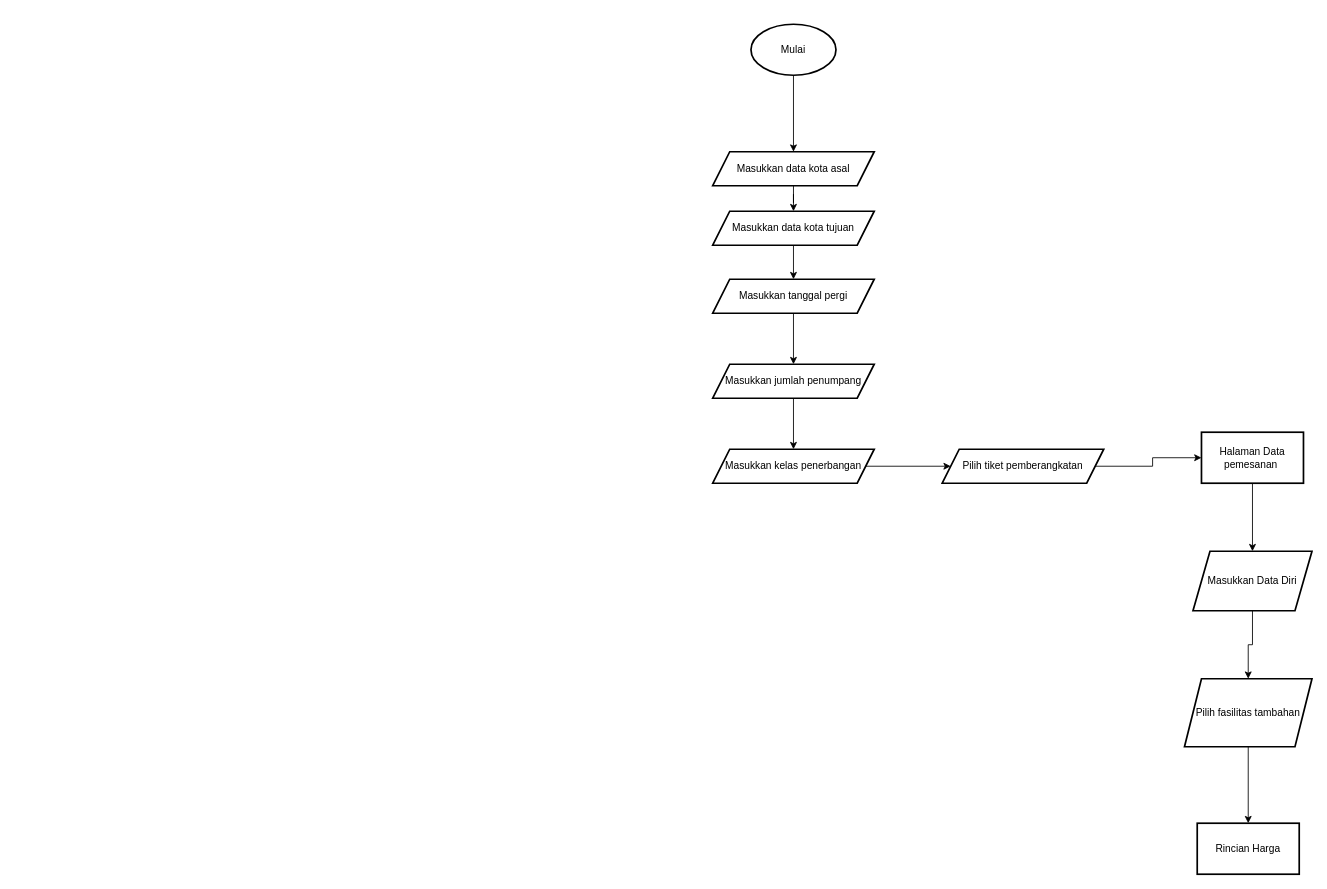
The draw.io diagram Untitled Diagram.drawio in FikriHNF/FlowChart, before the edit. Source tidied: cells renumbered, new cells numbered last; positions are measured from the earlier drawing's top-left corner, leaving out a move shared by most shapes. Both pictures are drawn from the tidied source at 85%, with x=0, y=0 at pixel (712, 24).
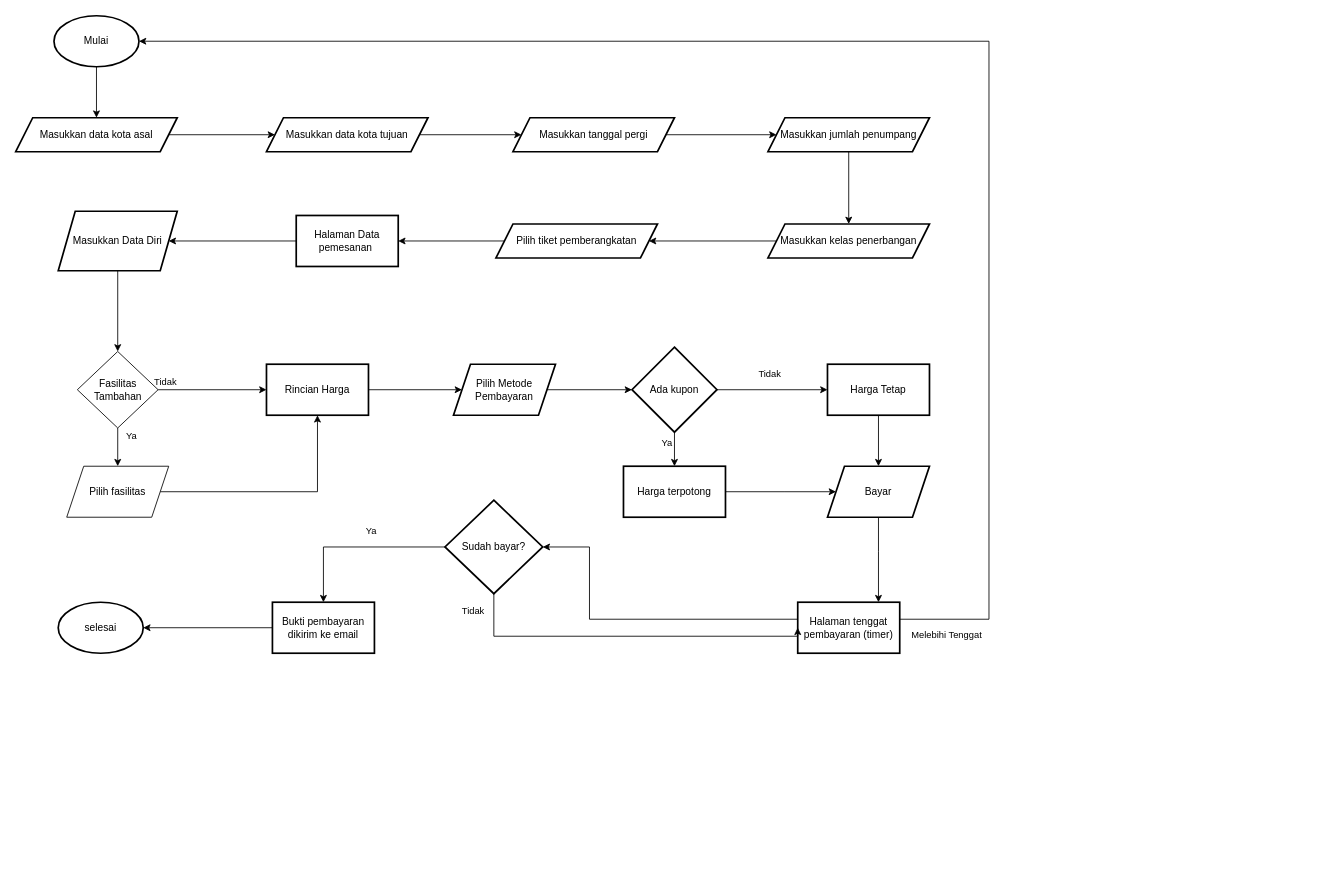
The same diagram, later.

Diff of the diagram source:
```diff
@@
-    <mxCell id="2" style="edgeStyle=orthogonalEdgeStyle;rounded=0;jettySize=auto;html=1;" parent="1" edge="1" source="3" target="5">
+    <mxCell id="2" style="edgeStyle=orthogonalEdgeStyle;rounded=0;jettySize=auto;html=1;labelBackgroundColor=none;fontColor=default;" parent="1" edge="1" source="3" target="5">
       <mxGeometry relative="1" as="geometry" />
     </mxCell>
-    <mxCell id="3" value="Mulai" style="strokeWidth=2;html=1;shape=mxgraph.flowchart.start_1;whiteSpace=wrap;" parent="1" vertex="1">
-      <mxGeometry x="45" width="100" height="60" as="geometry" />
+    <mxCell id="3" value="Mulai" style="strokeWidth=2;html=1;shape=mxgraph.flowchart.start_1;whiteSpace=wrap;labelBackgroundColor=none;rounded=0;" parent="1" vertex="1">
+      <mxGeometry x="-775" y="-10" width="100" height="60" as="geometry" />
     </mxCell>
-    <mxCell id="4" style="edgeStyle=orthogonalEdgeStyle;rounded=0;jettySize=auto;html=1;" parent="1" edge="1" source="5" target="7">
+    <mxCell id="4" style="edgeStyle=orthogonalEdgeStyle;rounded=0;jettySize=auto;html=1;labelBackgroundColor=none;fontColor=default;" parent="1" edge="1" source="5" target="7">
       <mxGeometry relative="1" as="geometry" />
     </mxCell>
-    <mxCell id="5" value="Masukkan data kota asal" style="shape=parallelogram;perimeter=parallelogramPerimeter;whiteSpace=wrap;html=1;fixedSize=1;strokeWidth=2;" parent="1" vertex="1">
-      <mxGeometry y="150" width="190" height="40" as="geometry" />
+    <mxCell id="5" value="Masukkan data kota asal" style="shape=parallelogram;perimeter=parallelogramPerimeter;whiteSpace=wrap;html=1;fixedSize=1;strokeWidth=2;labelBackgroundColor=none;rounded=0;" parent="1" vertex="1">
+      <mxGeometry x="-820" y="110" width="190" height="40" as="geometry" />
     </mxCell>
-    <mxCell id="6" style="edgeStyle=orthogonalEdgeStyle;rounded=0;jettySize=auto;html=1;" parent="1" edge="1" source="7" target="9">
+    <mxCell id="6" style="edgeStyle=orthogonalEdgeStyle;rounded=0;jettySize=auto;html=1;labelBackgroundColor=none;fontColor=default;" parent="1" edge="1" source="7" target="9">
       <mxGeometry relative="1" as="geometry" />
     </mxCell>
-    <mxCell id="7" value="Masukkan data kota tujuan" style="shape=parallelogram;perimeter=parallelogramPerimeter;whiteSpace=wrap;html=1;fixedSize=1;strokeWidth=2;" parent="1" vertex="1">
-      <mxGeometry y="220" width="190" height="40" as="geometry" />
+    <mxCell id="7" value="Masukkan data kota tujuan" style="shape=parallelogram;perimeter=parallelogramPerimeter;whiteSpace=wrap;html=1;fixedSize=1;strokeWidth=2;labelBackgroundColor=none;rounded=0;" parent="1" vertex="1">
+      <mxGeometry x="-525" y="110" width="190" height="40" as="geometry" />
     </mxCell>
-    <mxCell id="8" style="edgeStyle=orthogonalEdgeStyle;rounded=0;jettySize=auto;html=1;" parent="1" edge="1" source="9" target="11">
+    <mxCell id="8" style="edgeStyle=orthogonalEdgeStyle;rounded=0;jettySize=auto;html=1;labelBackgroundColor=none;fontColor=default;" parent="1" edge="1" source="9" target="11">
       <mxGeometry relative="1" as="geometry" />
     </mxCell>
-    <mxCell id="9" value="Masukkan tanggal pergi" style="shape=parallelogram;perimeter=parallelogramPerimeter;whiteSpace=wrap;html=1;fixedSize=1;strokeWidth=2;" parent="1" vertex="1">
-      <mxGeometry y="300" width="190" height="40" as="geometry" />
+    <mxCell id="9" value="Masukkan tanggal pergi" style="shape=parallelogram;perimeter=parallelogramPerimeter;whiteSpace=wrap;html=1;fixedSize=1;strokeWidth=2;labelBackgroundColor=none;rounded=0;" parent="1" vertex="1">
+      <mxGeometry x="-235" y="110" width="190" height="40" as="geometry" />
     </mxCell>
-    <mxCell id="10" style="edgeStyle=orthogonalEdgeStyle;rounded=0;jettySize=auto;html=1;" parent="1" edge="1" source="11" target="13">
+    <mxCell id="10" style="edgeStyle=orthogonalEdgeStyle;rounded=0;jettySize=auto;html=1;labelBackgroundColor=none;fontColor=default;" parent="1" edge="1" source="11" target="13">
       <mxGeometry relative="1" as="geometry" />
     </mxCell>
-    <mxCell id="11" value="Masukkan jumlah penumpang" style="shape=parallelogram;perimeter=parallelogramPerimeter;whiteSpace=wrap;html=1;fixedSize=1;strokeWidth=2;" parent="1" vertex="1">
-      <mxGeometry y="400" width="190" height="40" as="geometry" />
+    <mxCell id="11" value="Masukkan jumlah penumpang" style="shape=parallelogram;perimeter=parallelogramPerimeter;whiteSpace=wrap;html=1;fixedSize=1;strokeWidth=2;labelBackgroundColor=none;rounded=0;" parent="1" vertex="1">
+      <mxGeometry x="65" y="110" width="190" height="40" as="geometry" />
     </mxCell>
-    <mxCell id="12" style="edgeStyle=orthogonalEdgeStyle;rounded=0;jettySize=auto;html=1;" parent="1" edge="1" source="13" target="15">
+    <mxCell id="12" style="edgeStyle=orthogonalEdgeStyle;rounded=0;jettySize=auto;html=1;labelBackgroundColor=none;fontColor=default;" parent="1" edge="1" source="13" target="15">
       <mxGeometry relative="1" as="geometry" />
     </mxCell>
-    <mxCell id="13" value="Masukkan kelas penerbangan" style="shape=parallelogram;perimeter=parallelogramPerimeter;whiteSpace=wrap;html=1;fixedSize=1;strokeWidth=2;" parent="1" vertex="1">
-      <mxGeometry y="500" width="190" height="40" as="geometry" />
+    <mxCell id="13" value="Masukkan kelas penerbangan" style="shape=parallelogram;perimeter=parallelogramPerimeter;whiteSpace=wrap;html=1;fixedSize=1;strokeWidth=2;labelBackgroundColor=none;rounded=0;" parent="1" vertex="1">
+      <mxGeometry x="65" y="235" width="190" height="40" as="geometry" />
     </mxCell>
-    <mxCell id="14" style="edgeStyle=orthogonalEdgeStyle;rounded=0;jettySize=auto;html=1;" parent="1" edge="1" source="15" target="17">
+    <mxCell id="14" style="edgeStyle=orthogonalEdgeStyle;rounded=0;jettySize=auto;html=1;labelBackgroundColor=none;fontColor=default;" parent="1" edge="1" source="15" target="17">
       <mxGeometry relative="1" as="geometry" />
     </mxCell>
-    <mxCell id="15" value="Pilih tiket pemberangkatan" style="shape=parallelogram;perimeter=parallelogramPerimeter;whiteSpace=wrap;html=1;fixedSize=1;strokeWidth=2;" parent="1" vertex="1">
-      <mxGeometry x="270" y="500" width="190" height="40" as="geometry" />
+    <mxCell id="15" value="Pilih tiket pemberangkatan" style="shape=parallelogram;perimeter=parallelogramPerimeter;whiteSpace=wrap;html=1;fixedSize=1;strokeWidth=2;labelBackgroundColor=none;rounded=0;" parent="1" vertex="1">
+      <mxGeometry x="-255" y="235" width="190" height="40" as="geometry" />
     </mxCell>
-    <mxCell id="16" style="edgeStyle=orthogonalEdgeStyle;rounded=0;jettySize=auto;html=1;" parent="1" edge="1" source="17" target="19">
+    <mxCell id="16" style="edgeStyle=orthogonalEdgeStyle;rounded=0;jettySize=auto;html=1;labelBackgroundColor=none;fontColor=default;" parent="1" edge="1" source="17" target="19">
       <mxGeometry relative="1" as="geometry" />
     </mxCell>
-    <mxCell id="17" value="Halaman Data pemesanan&amp;nbsp;" style="whiteSpace=wrap;html=1;strokeWidth=2;" parent="1" vertex="1">
-      <mxGeometry x="575" y="480" width="120" height="60" as="geometry" />
+    <mxCell id="17" value="Halaman Data pemesanan&amp;nbsp;" style="whiteSpace=wrap;html=1;strokeWidth=2;labelBackgroundColor=none;rounded=0;" parent="1" vertex="1">
+      <mxGeometry x="-490" y="225" width="120" height="60" as="geometry" />
     </mxCell>
-    <mxCell id="18" style="edgeStyle=orthogonalEdgeStyle;rounded=0;jettySize=auto;html=1;" parent="1" edge="1" source="19" target="21">
-      <mxGeometry relative="1" as="geometry" />
-    </mxCell>
+    <mxCell id="23" style="edgeStyle=orthogonalEdgeStyle;rounded=0;jettySize=auto;html=1;labelBackgroundColor=none;fontColor=default;" parent="1" edge="1" source="19" target="54">
+      <mxGeometry relative="1" as="geometry" />
+    </mxCell>
-    <mxCell id="19" value="Masukkan Data Diri" style="shape=parallelogram;perimeter=parallelogramPerimeter;whiteSpace=wrap;html=1;fixedSize=1;strokeWidth=2;" parent="1" vertex="1">
-      <mxGeometry x="565" y="620" width="140" height="70" as="geometry" />
+    <mxCell id="19" value="Masukkan Data Diri" style="shape=parallelogram;perimeter=parallelogramPerimeter;whiteSpace=wrap;html=1;fixedSize=1;strokeWidth=2;labelBackgroundColor=none;rounded=0;" parent="1" vertex="1">
+      <mxGeometry x="-770" y="220" width="140" height="70" as="geometry" />
     </mxCell>
-    <mxCell id="20" style="edgeStyle=orthogonalEdgeStyle;rounded=0;jettySize=auto;html=1;" parent="1" edge="1" source="21" target="22">
-      <mxGeometry relative="1" as="geometry" />
-    </mxCell>
-    <mxCell id="21" value="Pilih fasilitas tambahan" style="shape=parallelogram;perimeter=parallelogramPerimeter;whiteSpace=wrap;html=1;fixedSize=1;strokeWidth=2;" parent="1" vertex="1">
-      <mxGeometry x="555" y="770" width="150" height="80" as="geometry" />
-    </mxCell>
+    <mxCell id="24" style="edgeStyle=orthogonalEdgeStyle;rounded=0;jettySize=auto;html=1;labelBackgroundColor=none;fontColor=default;" parent="1" edge="1" source="22" target="26">
+      <mxGeometry relative="1" as="geometry" />
+    </mxCell>
-    <mxCell id="22" value="Rincian Harga" style="whiteSpace=wrap;html=1;strokeWidth=2;" parent="1" vertex="1">
-      <mxGeometry x="570" y="940" width="120" height="60" as="geometry" />
+    <mxCell id="22" value="Rincian Harga" style="whiteSpace=wrap;html=1;strokeWidth=2;labelBackgroundColor=none;rounded=0;" parent="1" vertex="1">
+      <mxGeometry x="-525" y="400" width="120" height="60" as="geometry" />
     </mxCell>
+    <mxCell id="25" style="edgeStyle=orthogonalEdgeStyle;rounded=0;jettySize=auto;html=1;labelBackgroundColor=none;fontColor=default;" parent="1" edge="1" source="26" target="31">
+      <mxGeometry relative="1" as="geometry" />
+    </mxCell>
+    <mxCell id="26" value="Pilih Metode Pembayaran" style="shape=parallelogram;perimeter=parallelogramPerimeter;whiteSpace=wrap;html=1;fixedSize=1;strokeWidth=2;labelBackgroundColor=none;rounded=0;" parent="1" vertex="1">
+      <mxGeometry x="-305" y="400" width="120" height="60" as="geometry" />
+    </mxCell>
+    <mxCell id="27" style="edgeStyle=orthogonalEdgeStyle;rounded=0;jettySize=auto;html=1;labelBackgroundColor=none;fontColor=default;" parent="1" edge="1" source="31" target="33">
+      <mxGeometry relative="1" as="geometry" />
+    </mxCell>
+    <mxCell id="28" value="Ya" style="edgeLabel;html=1;align=center;verticalAlign=middle;labelBackgroundColor=none;" parent="27" vertex="1">
+      <mxGeometry x="-0.53" relative="1" as="geometry">
+        <mxPoint x="-10" y="3" as="offset" />
+      </mxGeometry>
+    </mxCell>
+    <mxCell id="29" style="edgeStyle=orthogonalEdgeStyle;rounded=0;jettySize=auto;html=1;labelBackgroundColor=none;fontColor=default;" parent="1" edge="1" source="31" target="35">
+      <mxGeometry relative="1" as="geometry" />
+    </mxCell>
+    <mxCell id="30" value="Tidak" style="edgeLabel;html=1;align=center;verticalAlign=middle;labelBackgroundColor=none;" parent="29" vertex="1">
+      <mxGeometry x="0.03" y="4" relative="1" as="geometry">
+        <mxPoint x="-6" y="-16" as="offset" />
+      </mxGeometry>
+    </mxCell>
+    <mxCell id="31" value="Ada kupon" style="strokeWidth=2;html=1;shape=mxgraph.flowchart.decision;whiteSpace=wrap;labelBackgroundColor=none;rounded=0;" parent="1" vertex="1">
+      <mxGeometry x="-95" y="380" width="100" height="100" as="geometry" />
+    </mxCell>
+    <mxCell id="32" style="edgeStyle=orthogonalEdgeStyle;rounded=0;jettySize=auto;html=1;labelBackgroundColor=none;fontColor=default;" parent="1" edge="1" source="33" target="37">
+      <mxGeometry relative="1" as="geometry">
+        <Array as="points">
+          <mxPoint x="85" y="550" />
+          <mxPoint x="85" y="550" />
+        </Array>
+      </mxGeometry>
+    </mxCell>
+    <mxCell id="33" value="Harga terpotong" style="whiteSpace=wrap;html=1;strokeWidth=2;labelBackgroundColor=none;rounded=0;" parent="1" vertex="1">
+      <mxGeometry x="-105" y="520" width="120" height="60" as="geometry" />
+    </mxCell>
+    <mxCell id="34" style="edgeStyle=orthogonalEdgeStyle;rounded=0;jettySize=auto;html=1;labelBackgroundColor=none;fontColor=default;" parent="1" edge="1" source="35" target="37">
+      <mxGeometry relative="1" as="geometry" />
+    </mxCell>
+    <mxCell id="35" value="Harga Tetap" style="whiteSpace=wrap;html=1;strokeWidth=2;labelBackgroundColor=none;rounded=0;" parent="1" vertex="1">
+      <mxGeometry x="135" y="400" width="120" height="60" as="geometry" />
+    </mxCell>
+    <mxCell id="36" style="edgeStyle=orthogonalEdgeStyle;rounded=0;jettySize=auto;html=1;labelBackgroundColor=none;fontColor=default;" parent="1" edge="1" source="37" target="39">
+      <mxGeometry relative="1" as="geometry">
+        <Array as="points">
+          <mxPoint x="195" y="620" />
+          <mxPoint x="195" y="620" />
+        </Array>
+      </mxGeometry>
+    </mxCell>
+    <mxCell id="37" value="Bayar" style="shape=parallelogram;perimeter=parallelogramPerimeter;whiteSpace=wrap;html=1;fixedSize=1;strokeWidth=2;labelBackgroundColor=none;rounded=0;" parent="1" vertex="1">
+      <mxGeometry x="135" y="520" width="120" height="60" as="geometry" />
+    </mxCell>
+    <mxCell id="38" style="edgeStyle=orthogonalEdgeStyle;rounded=0;jettySize=auto;html=1;labelBackgroundColor=none;fontColor=default;" parent="1" edge="1" source="39" target="42">
+      <mxGeometry relative="1" as="geometry">
+        <Array as="points">
+          <mxPoint x="-145" y="700" />
+          <mxPoint x="-145" y="615" />
+        </Array>
+      </mxGeometry>
+    </mxCell>
+    <mxCell id="39" value="Halaman tenggat pembayaran (timer)" style="whiteSpace=wrap;html=1;strokeWidth=2;labelBackgroundColor=none;rounded=0;" parent="1" vertex="1">
+      <mxGeometry x="100" y="680" width="120" height="60" as="geometry" />
+    </mxCell>
+    <mxCell id="40" style="edgeStyle=orthogonalEdgeStyle;rounded=0;jettySize=auto;html=1;labelBackgroundColor=none;fontColor=default;" parent="1" edge="1" source="42" target="43">
+      <mxGeometry relative="1" as="geometry" />
+    </mxCell>
+    <mxCell id="41" value="Ya" style="edgeLabel;html=1;align=center;verticalAlign=middle;labelBackgroundColor=none;" parent="40" vertex="1">
+      <mxGeometry x="-0.26" y="-3" relative="1" as="geometry">
+        <mxPoint x="-11" y="-17" as="offset" />
+      </mxGeometry>
+    </mxCell>
+    <mxCell id="42" value="Sudah bayar?" style="rhombus;whiteSpace=wrap;html=1;strokeWidth=2;labelBackgroundColor=none;rounded=0;" parent="1" vertex="1">
+      <mxGeometry x="-315" y="560" width="115" height="110" as="geometry" />
+    </mxCell>
+    <mxCell id="43" value="Bukti pembayaran dikirim ke email" style="whiteSpace=wrap;html=1;strokeWidth=2;labelBackgroundColor=none;rounded=0;" parent="1" vertex="1">
+      <mxGeometry x="-518" y="680" width="120" height="60" as="geometry" />
+    </mxCell>
+    <mxCell id="44" value="selesai&lt;br&gt;" style="strokeWidth=2;html=1;shape=mxgraph.flowchart.start_1;whiteSpace=wrap;labelBackgroundColor=none;" parent="1" vertex="1">
+      <mxGeometry x="-770" y="680" width="100" height="60" as="geometry" />
+    </mxCell>
+    <mxCell id="45" style="edgeStyle=orthogonalEdgeStyle;rounded=0;jettySize=auto;html=1;entryX=1;entryY=0.5;entryDx=0;entryDy=0;entryPerimeter=0;labelBackgroundColor=none;fontColor=default;" parent="1" edge="1" source="43" target="44">
+      <mxGeometry relative="1" as="geometry" />
+    </mxCell>
+    <mxCell id="46" style="edgeStyle=orthogonalEdgeStyle;rounded=0;jettySize=auto;html=1;entryX=1;entryY=0.5;entryDx=0;entryDy=0;entryPerimeter=0;labelBackgroundColor=none;fontColor=default;" parent="1" edge="1" source="39" target="3">
+      <mxGeometry relative="1" as="geometry">
+        <Array as="points">
+          <mxPoint x="325" y="700" />
+          <mxPoint x="325" y="20" />
+        </Array>
+      </mxGeometry>
+    </mxCell>
+    <mxCell id="47" value="Melebihi Tenggat" style="edgeLabel;html=1;align=center;verticalAlign=middle;labelBackgroundColor=none;" parent="46" vertex="1">
+      <mxGeometry x="-0.88" relative="1" as="geometry">
+        <mxPoint x="-51" y="20" as="offset" />
+      </mxGeometry>
+    </mxCell>
+    <mxCell id="48" style="edgeStyle=orthogonalEdgeStyle;rounded=0;jettySize=auto;html=1;entryX=0;entryY=0.5;entryDx=0;entryDy=0;exitX=0.5;exitY=1;exitDx=0;exitDy=0;labelBackgroundColor=none;fontColor=default;" parent="1" edge="1" source="42" target="39">
+      <mxGeometry relative="1" as="geometry">
+        <Array as="points">
+          <mxPoint x="-257" y="720" />
+          <mxPoint x="100" y="720" />
+        </Array>
+      </mxGeometry>
+    </mxCell>
+    <mxCell id="49" value="Tidak" style="edgeLabel;html=1;align=center;verticalAlign=middle;labelBackgroundColor=none;" parent="48" vertex="1">
+      <mxGeometry x="-0.94" y="4" relative="1" as="geometry">
+        <mxPoint x="-29" y="6" as="offset" />
+      </mxGeometry>
+    </mxCell>
+    <mxCell id="50" style="edgeStyle=orthogonalEdgeStyle;rounded=0;jettySize=auto;html=1;entryX=0;entryY=0.5;entryDx=0;entryDy=0;labelBackgroundColor=none;fontColor=default;" parent="1" edge="1" source="54" target="22">
+      <mxGeometry relative="1" as="geometry" />
+    </mxCell>
+    <mxCell id="51" value="Tidak" style="edgeLabel;html=1;align=center;verticalAlign=middle;labelBackgroundColor=none;" parent="50" vertex="1">
+      <mxGeometry x="-0.07" y="1" relative="1" as="geometry">
+        <mxPoint x="-51" y="-9" as="offset" />
+      </mxGeometry>
+    </mxCell>
+    <mxCell id="52" style="edgeStyle=orthogonalEdgeStyle;rounded=0;jettySize=auto;html=1;labelBackgroundColor=none;fontColor=default;" parent="1" edge="1" source="54" target="56">
+      <mxGeometry relative="1" as="geometry" />
+    </mxCell>
+    <mxCell id="53" value="Ya" style="edgeLabel;html=1;align=center;verticalAlign=middle;labelBackgroundColor=none;" parent="52" vertex="1">
+      <mxGeometry x="-0.61" relative="1" as="geometry">
+        <mxPoint x="15" as="offset" />
+      </mxGeometry>
+    </mxCell>
+    <mxCell id="54" value="Fasilitas Tambahan" style="rhombus;whiteSpace=wrap;html=1;labelBackgroundColor=none;" parent="1" vertex="1">
+      <mxGeometry x="-747.5" y="385" width="95" height="90" as="geometry" />
+    </mxCell>
+    <mxCell id="55" style="edgeStyle=orthogonalEdgeStyle;rounded=0;jettySize=auto;html=1;entryX=0.5;entryY=1;entryDx=0;entryDy=0;labelBackgroundColor=none;fontColor=default;" parent="1" edge="1" source="56" target="22">
+      <mxGeometry relative="1" as="geometry" />
+    </mxCell>
+    <mxCell id="56" value="Pilih fasilitas" style="shape=parallelogram;perimeter=parallelogramPerimeter;whiteSpace=wrap;html=1;fixedSize=1;labelBackgroundColor=none;" parent="1" vertex="1">
+      <mxGeometry x="-760" y="520" width="120" height="60" as="geometry" />
+    </mxCell>
```
